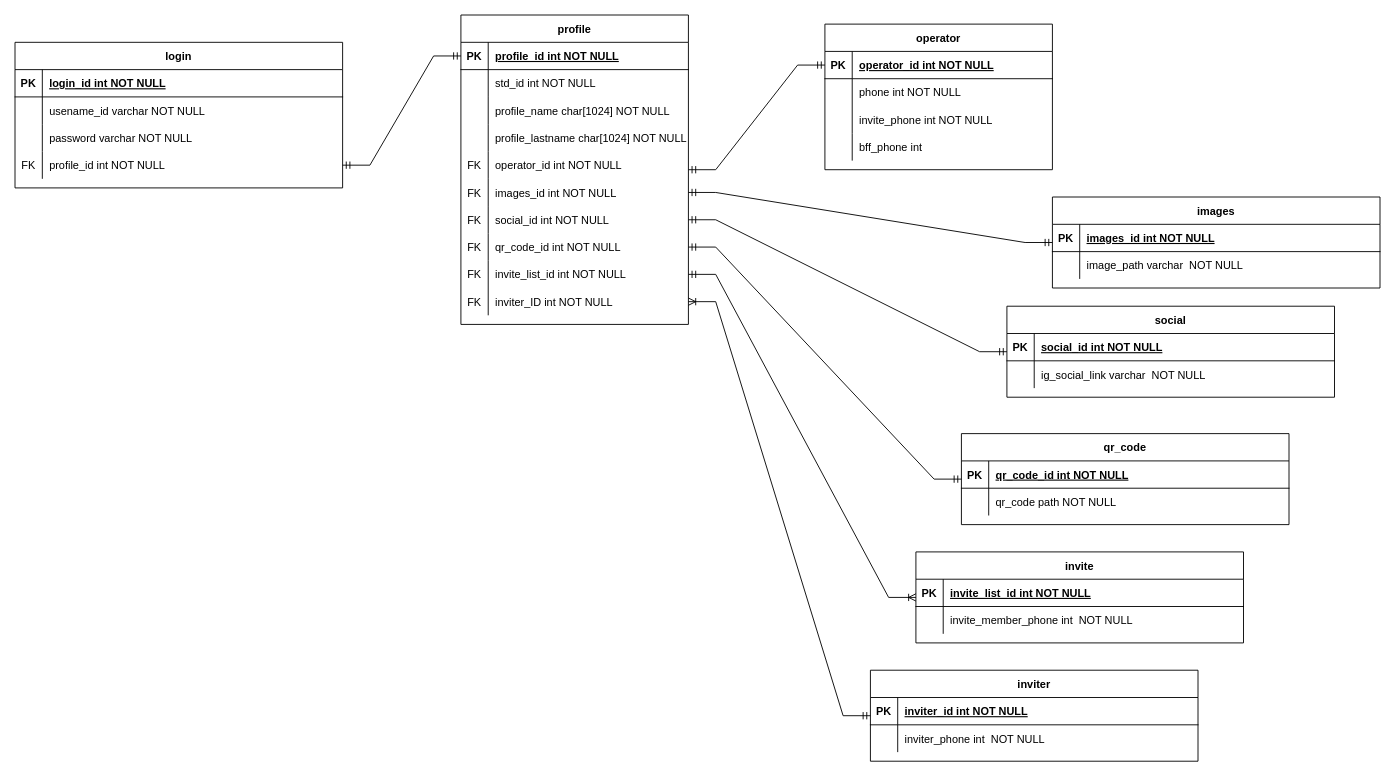
The draw.io diagram ER Diagram/ER Database.drawio in rapeeza1598/DB-Project-KMUTNB, before the edit. Source tidied: cells renumbered, new cells numbered last; positions are measured from the earlier drawing's top-left corner, leaving out a move shared by most shapes. Both pictures are drawn from the tidied source at 91%, with x=0, y=0 at pixel (15, 15).
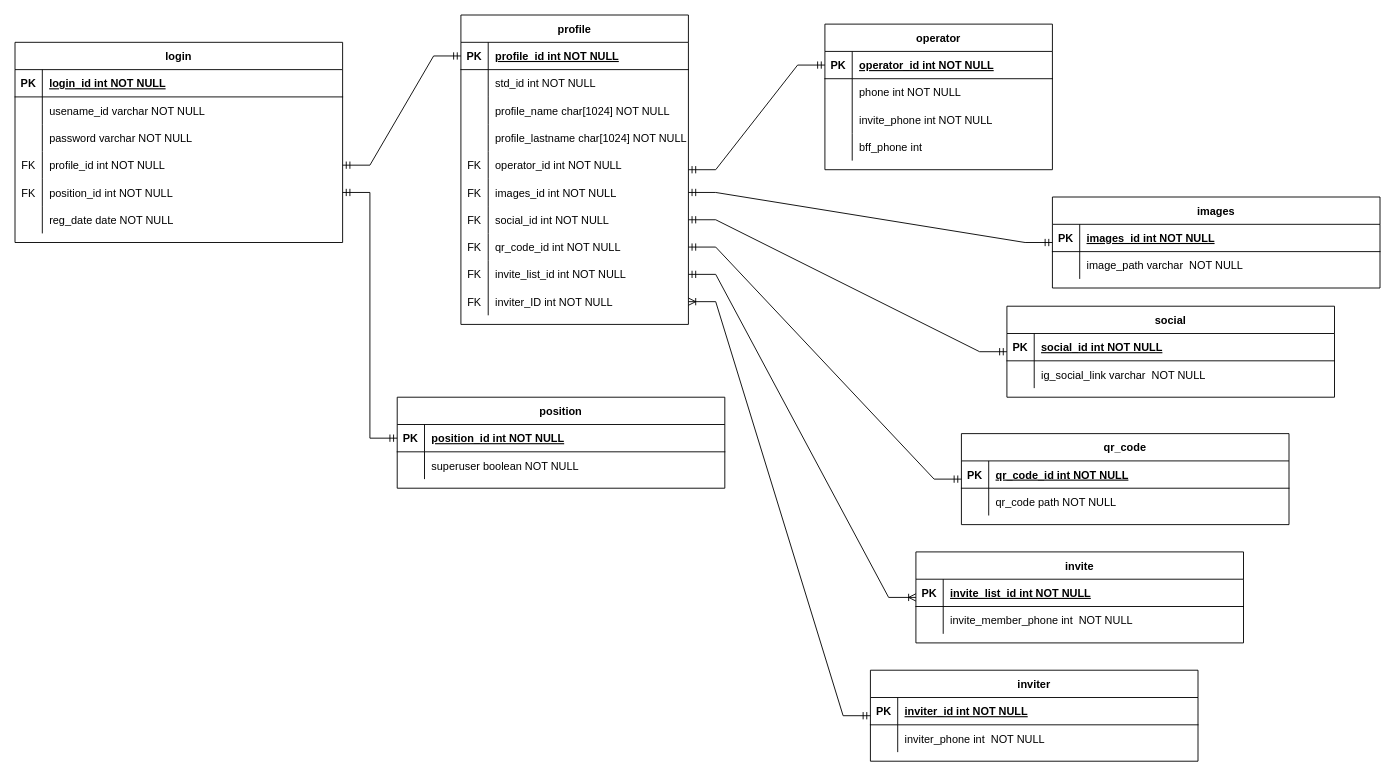
The same page after the edit.

Commit message (it also covers changes not shown here):
:memo: Update Data

The edit, as a diff of the source:
```diff
@@
     <mxCell id="67" value="login" style="shape=table;startSize=30;childLayout=tableLayout;rowLines=0;fontStyle=1;align=center;" parent="1" vertex="1">
-      <mxGeometry y="30" width="360" height="160" as="geometry" />
+      <mxGeometry y="30" width="360" height="220" as="geometry" />
     </mxCell>
@@
+    <mxCell id="101" style="shape=partialRectangle;fillColor=none;points=[[0,0.5],[1,0.5]];portConstraint=eastwest;top=0;left=0;right=0;bottom=0;" parent="67" vertex="1">
+      <mxGeometry y="150" width="360" height="30" as="geometry" />
+    </mxCell>
+    <mxCell id="102" value="FK" style="shape=partialRectangle;overflow=hidden;fillColor=none;top=0;left=0;bottom=0;right=0;" parent="101" vertex="1">
+      <mxGeometry width="30" height="30" as="geometry" />
+    </mxCell>
+    <mxCell id="103" value="position_id int NOT NULL" style="shape=partialRectangle;overflow=hidden;fillColor=none;top=0;left=0;bottom=0;right=0;align=left;spacingLeft=6;" parent="101" vertex="1">
+      <mxGeometry x="30" width="330" height="30" as="geometry" />
+    </mxCell>
+    <mxCell id="104" style="shape=partialRectangle;fillColor=none;top=0;left=0;right=0;bottom=0;" parent="67" vertex="1">
+      <mxGeometry y="180" width="360" height="30" as="geometry" />
+    </mxCell>
+    <mxCell id="105" style="shape=partialRectangle;overflow=hidden;fillColor=none;top=0;left=0;bottom=0;right=0;" parent="104" vertex="1">
+      <mxGeometry width="30" height="30" as="geometry" />
+    </mxCell>
+    <mxCell id="106" value="reg_date date NOT NULL" style="shape=partialRectangle;overflow=hidden;fillColor=none;top=0;left=0;bottom=0;right=0;align=left;spacingLeft=6;" parent="104" vertex="1">
+      <mxGeometry x="30" width="330" height="30" as="geometry" />
+    </mxCell>
@@
+    <mxCell id="107" value="position" style="shape=table;startSize=30;childLayout=tableLayout;rowLines=0;fontStyle=1;align=center;" parent="1" vertex="1">
+      <mxGeometry x="420" y="420" width="360" height="100" as="geometry" />
+    </mxCell>
+    <mxCell id="108" style="shape=partialRectangle;fillColor=none;points=[[0,0.5],[1,0.5]];portConstraint=eastwest;top=0;left=0;right=0;bottom=1;" parent="107" vertex="1">
+      <mxGeometry y="30" width="360" height="30" as="geometry" />
+    </mxCell>
+    <mxCell id="109" value="PK" style="shape=partialRectangle;overflow=hidden;fillColor=none;top=0;left=0;bottom=0;right=0;fontStyle=1;" parent="108" vertex="1">
+      <mxGeometry width="30" height="30" as="geometry" />
+    </mxCell>
+    <mxCell id="110" value="position_id int NOT NULL" style="shape=partialRectangle;overflow=hidden;fillColor=none;top=0;left=0;bottom=0;right=0;align=left;spacingLeft=6;fontStyle=5;" parent="108" vertex="1">
+      <mxGeometry x="30" width="330" height="30" as="geometry" />
+    </mxCell>
+    <mxCell id="111" style="shape=partialRectangle;fillColor=none;top=0;left=0;right=0;bottom=0;" parent="107" vertex="1">
+      <mxGeometry y="60" width="360" height="30" as="geometry" />
+    </mxCell>
+    <mxCell id="112" style="shape=partialRectangle;overflow=hidden;fillColor=none;top=0;left=0;bottom=0;right=0;" parent="111" vertex="1">
+      <mxGeometry width="30" height="30" as="geometry" />
+    </mxCell>
+    <mxCell id="113" value="superuser boolean NOT NULL" style="shape=partialRectangle;overflow=hidden;fillColor=none;top=0;left=0;bottom=0;right=0;align=left;spacingLeft=6;" parent="111" vertex="1">
+      <mxGeometry x="30" width="330" height="30" as="geometry" />
+    </mxCell>
+    <mxCell id="114" style="edgeStyle=orthogonalEdgeStyle;rounded=0;jettySize=auto;html=1;exitX=1;exitY=0.5;exitDx=0;exitDy=0;entryX=0;entryY=0.5;entryDx=0;entryDy=0;endArrow=ERmandOne;endFill=0;startArrow=ERmandOne;startFill=0;" parent="1" edge="1" source="101" target="108">
+      <mxGeometry relative="1" as="geometry" />
+    </mxCell>
```
